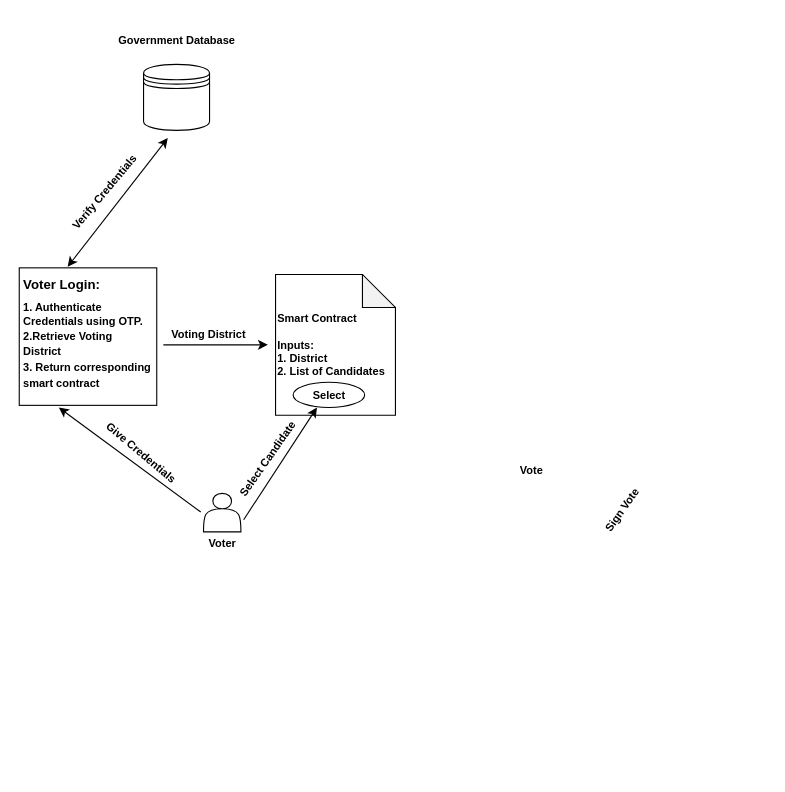
ranjulbn20/Diagrams keeps this draw.io diagram as E_Voting.drawio. Above is the earlier version. Source tidied: cells renumbered, new cells numbered last; positions are measured from the earlier drawing's top-left corner, leaving out a move shared by most shapes. Both pictures are drawn from the tidied source at 110%, with x=0, y=0 at pixel (19, 23).
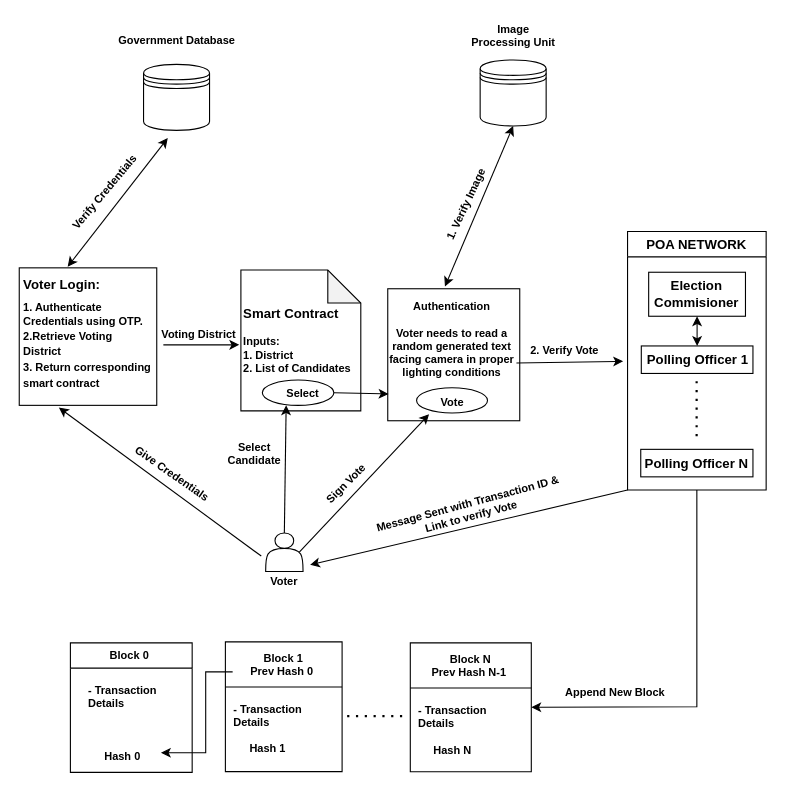
The same diagram, later.

Change to the diagram source:
```diff
@@
     <mxCell id="8" style="shape=actor;whiteSpace=wrap;html=1;fontSize=10;" parent="1" vertex="1">
-      <mxGeometry x="167.5" y="427" width="34" height="35" as="geometry" />
+      <mxGeometry x="224" y="463" width="34" height="35" as="geometry" />
     </mxCell>
     <mxCell id="9" style="endArrow=classic;html=1;rounded=0;fontSize=10;" parent="1" edge="1">
       <mxGeometry relative="1" as="geometry">
-        <mxPoint x="165" y="444" as="sourcePoint" />
+        <mxPoint x="220" y="484" as="sourcePoint" />
         <mxPoint x="36" y="349" as="targetPoint" />
       </mxGeometry>
     </mxCell>
-    <mxCell id="10" value="&lt;b&gt;Give Credentials&lt;/b&gt;" style="text;html=1;strokeColor=none;fillColor=none;align=center;verticalAlign=middle;whiteSpace=wrap;rounded=0;fontSize=10;rotation=40;" parent="1" vertex="1">
-      <mxGeometry x="68" y="375" width="87" height="30" as="geometry" />
+    <mxCell id="10" value="&lt;b&gt;Give Credentials&lt;/b&gt;" style="text;html=1;strokeColor=none;fillColor=none;align=center;verticalAlign=middle;whiteSpace=wrap;rounded=0;fontSize=10;rotation=35;" parent="1" vertex="1">
+      <mxGeometry x="96" y="394" width="87" height="30" as="geometry" />
     </mxCell>
-    <mxCell id="11" value="&lt;span&gt;Smart Contract&lt;/span&gt;&lt;br style=&quot;&quot;&gt;&lt;br style=&quot;&quot;&gt;Inputs:&lt;br style=&quot;&quot;&gt;1. District&lt;br style=&quot;&quot;&gt;2. List of Candidates" style="shape=note;whiteSpace=wrap;html=1;backgroundOutline=1;darkOpacity=0.05;align=left;fontSize=10;fontStyle=1;" parent="1" vertex="1">
-      <mxGeometry x="233" y="228" width="109" height="128" as="geometry" />
+    <mxCell id="11" value="&lt;span&gt;&lt;font style=&quot;font-size: 12px;&quot;&gt;Smart Contract&lt;/font&gt;&lt;/span&gt;&lt;br style=&quot;&quot;&gt;&lt;br style=&quot;&quot;&gt;Inputs:&lt;br style=&quot;&quot;&gt;1. District&lt;br style=&quot;&quot;&gt;2. List of Candidates" style="shape=note;whiteSpace=wrap;html=1;backgroundOutline=1;darkOpacity=0.05;align=left;fontSize=10;fontStyle=1;" parent="1" vertex="1">
+      <mxGeometry x="201.5" y="224" width="109" height="128" as="geometry" />
     </mxCell>
     <mxCell id="12" style="endArrow=classic;html=1;rounded=0;fontSize=10;" parent="1" edge="1">
       <mxGeometry relative="1" as="geometry">
         <mxPoint x="131" y="292" as="sourcePoint" />
-        <mxPoint x="226" y="292" as="targetPoint" />
+        <mxPoint x="200" y="292" as="targetPoint" />
       </mxGeometry>
     </mxCell>
     <mxCell id="13" value="&lt;b&gt;Voting District&lt;/b&gt;" style="text;html=1;strokeColor=none;fillColor=none;align=center;verticalAlign=middle;whiteSpace=wrap;rounded=0;fontSize=10;" parent="1" vertex="1">
-      <mxGeometry x="137" y="263" width="71" height="38" as="geometry" />
+      <mxGeometry x="128" y="263" width="71" height="38" as="geometry" />
     </mxCell>
     <mxCell id="14" value="&lt;b&gt;Voter&lt;/b&gt;" style="text;html=1;strokeColor=none;fillColor=none;align=center;verticalAlign=middle;whiteSpace=wrap;rounded=0;fontSize=10;" parent="1" vertex="1">
-      <mxGeometry x="154.5" y="457" width="60" height="30" as="geometry" />
+      <mxGeometry x="211" y="492" width="60" height="30" as="geometry" />
     </mxCell>
     <mxCell id="15" style="ellipse;whiteSpace=wrap;html=1;fontSize=10;" parent="1" vertex="1">
-      <mxGeometry x="249" y="326" width="65" height="23" as="geometry" />
+      <mxGeometry x="221" y="324" width="65" height="23" as="geometry" />
     </mxCell>
-    <mxCell id="16" value="&lt;b&gt;Vote&lt;/b&gt;" style="text;html=1;strokeColor=none;fillColor=none;align=center;verticalAlign=middle;whiteSpace=wrap;rounded=0;fontSize=10;" parent="1" vertex="1">
-      <mxGeometry x="454" y="400" width="24" height="11" as="geometry" />
-    </mxCell>
-    <mxCell id="17" style="endArrow=classic;html=1;rounded=0;fontSize=10;entryX=0.333;entryY=1;entryDx=0;entryDy=0;entryPerimeter=0;" parent="1" edge="1" target="15">
-      <mxGeometry relative="1" as="geometry">
-        <mxPoint x="204" y="451" as="sourcePoint" />
-      </mxGeometry>
+    <mxCell id="17" style="endArrow=classic;html=1;rounded=0;fontSize=10;entryX=0.333;entryY=1;entryDx=0;entryDy=0;entryPerimeter=0;exitX=0.5;exitY=0;exitDx=0;exitDy=0;" parent="1" edge="1" source="8" target="15">
+      <mxGeometry relative="1" as="geometry" />
     </mxCell>
-    <mxCell id="18" value="Sign Vote" style="text;html=1;strokeColor=none;fillColor=none;align=center;verticalAlign=middle;whiteSpace=wrap;rounded=0;fontSize=10;fontStyle=1;rotation=-55;" parent="1" vertex="1">
-      <mxGeometry x="518" y="427" width="60" height="30" as="geometry" />
+    <mxCell id="18" value="Sign Vote" style="text;html=1;strokeColor=none;fillColor=none;align=center;verticalAlign=middle;whiteSpace=wrap;rounded=0;fontSize=10;fontStyle=1;rotation=-45;" parent="1" vertex="1">
+      <mxGeometry x="267" y="403" width="60" height="30" as="geometry" />
     </mxCell>
     <mxCell id="19" value="&lt;b&gt;Select&lt;/b&gt;" style="text;html=1;strokeColor=none;fillColor=none;align=center;verticalAlign=middle;whiteSpace=wrap;rounded=0;fontSize=10;" parent="1" vertex="1">
-      <mxGeometry x="269.5" y="332" width="24" height="11" as="geometry" />
+      <mxGeometry x="245.5" y="330" width="24" height="11" as="geometry" />
     </mxCell>
-    <mxCell id="20" value="Select Candidate" style="text;html=1;strokeColor=none;fillColor=none;align=center;verticalAlign=middle;whiteSpace=wrap;rounded=0;fontSize=10;fontStyle=1;rotation=-55;" parent="1" vertex="1">
-      <mxGeometry x="181.5" y="381" width="88" height="30" as="geometry" />
+    <mxCell id="20" value="Select Candidate" style="text;html=1;strokeColor=none;fillColor=none;align=center;verticalAlign=middle;whiteSpace=wrap;rounded=0;fontSize=10;fontStyle=1;rotation=0;" parent="1" vertex="1">
+      <mxGeometry x="182" y="379" width="63.5" height="24" as="geometry" />
     </mxCell>
+    <mxCell id="21" style="whiteSpace=wrap;html=1;fontSize=10;" parent="1" vertex="1">
+      <mxGeometry x="335" y="241" width="120" height="120" as="geometry" />
+    </mxCell>
+    <mxCell id="22" style="endArrow=classic;html=1;rounded=0;fontSize=10;exitX=1;exitY=0.5;exitDx=0;exitDy=0;entryX=0.006;entryY=0.797;entryDx=0;entryDy=0;entryPerimeter=0;" parent="1" edge="1" source="15" target="21">
+      <mxGeometry relative="1" as="geometry" />
+    </mxCell>
+    <mxCell id="23" value="&lt;b style=&quot;&quot;&gt;&lt;font style=&quot;font-size: 10px;&quot;&gt;Authentication&lt;br&gt;&lt;/font&gt;&lt;br&gt;Voter needs to read a random generated text facing camera in proper lighting conditions&lt;/b&gt;" style="text;html=1;strokeColor=none;fillColor=none;align=center;verticalAlign=middle;whiteSpace=wrap;rounded=0;fontSize=10;" parent="1" vertex="1">
+      <mxGeometry x="335" y="242.5" width="117" height="88" as="geometry" />
+    </mxCell>
+    <mxCell id="24" style="ellipse;whiteSpace=wrap;html=1;fontSize=10;" parent="1" vertex="1">
+      <mxGeometry x="361.2" y="331" width="64.5" height="23" as="geometry" />
+    </mxCell>
+    <mxCell id="16" value="&lt;b&gt;Vote&lt;/b&gt;" style="text;html=1;strokeColor=none;fillColor=none;align=center;verticalAlign=middle;whiteSpace=wrap;rounded=0;fontSize=10;" parent="1" vertex="1">
+      <mxGeometry x="381.5" y="338" width="24" height="11" as="geometry" />
+    </mxCell>
+    <mxCell id="25" style="endArrow=classic;html=1;rounded=0;fontSize=10;entryX=0.313;entryY=0.95;entryDx=0;entryDy=0;entryPerimeter=0;exitX=0.9;exitY=0.5;exitDx=0;exitDy=0;exitPerimeter=0;" parent="1" edge="1" source="8" target="21">
+      <mxGeometry relative="1" as="geometry" />
+    </mxCell>
+    <mxCell id="26" style="shape=datastore;whiteSpace=wrap;html=1;fontSize=10;" parent="1" vertex="1">
+      <mxGeometry x="419" y="33" width="60" height="60" as="geometry" />
+    </mxCell>
+    <mxCell id="27" style="endArrow=classic;startArrow=classic;html=1;rounded=0;fontSize=10;entryX=0.5;entryY=1;entryDx=0;entryDy=0;" parent="1" edge="1" target="26">
+      <mxGeometry relative="1" as="geometry">
+        <mxPoint x="387" y="239" as="sourcePoint" />
+      </mxGeometry>
+    </mxCell>
+    <mxCell id="28" value="&lt;b&gt;Image Processing Unit&lt;/b&gt;" style="text;html=1;strokeColor=none;fillColor=none;align=center;verticalAlign=middle;whiteSpace=wrap;rounded=0;fontSize=10;" parent="1" vertex="1">
+      <mxGeometry x="409.5" y="-4" width="79" height="30" as="geometry" />
+    </mxCell>
+    <mxCell id="29" value="&lt;b&gt;1. Verify Image&lt;/b&gt;" style="text;html=1;strokeColor=none;fillColor=none;align=center;verticalAlign=middle;whiteSpace=wrap;rounded=0;fontSize=10;rotation=-65;" parent="1" vertex="1">
+      <mxGeometry x="366" y="149" width="80" height="30" as="geometry" />
+    </mxCell>
+    <mxCell id="30" value="POA NETWORK" style="swimlane;fontSize=12;" parent="1" vertex="1">
+      <mxGeometry x="553" y="189" width="126" height="235" as="geometry" />
+    </mxCell>
+    <mxCell id="31" value="&lt;b&gt;Election Commisioner&lt;/b&gt;" style="rounded=0;whiteSpace=wrap;html=1;fontSize=12;" parent="30" vertex="1">
+      <mxGeometry x="19.2" y="37" width="88" height="40" as="geometry" />
+    </mxCell>
+    <mxCell id="32" value="&lt;b&gt;Polling Officer 1&lt;/b&gt;" style="rounded=0;whiteSpace=wrap;html=1;fontSize=12;" parent="30" vertex="1">
+      <mxGeometry x="12.5" y="104" width="101.5" height="25" as="geometry" />
+    </mxCell>
+    <mxCell id="33" value="&lt;b&gt;Polling Officer N&lt;/b&gt;" style="rounded=0;whiteSpace=wrap;html=1;fontSize=12;" parent="30" vertex="1">
+      <mxGeometry x="12" y="198" width="102" height="25" as="geometry" />
+    </mxCell>
+    <mxCell id="34" style="endArrow=none;dashed=1;html=1;dashPattern=1 3;strokeWidth=2;rounded=0;fontSize=12;" parent="30" edge="1">
+      <mxGeometry relative="1" as="geometry">
+        <mxPoint x="62.8" y="186" as="sourcePoint" />
+        <mxPoint x="62.8" y="133" as="targetPoint" />
+      </mxGeometry>
+    </mxCell>
+    <mxCell id="35" style="endArrow=classic;startArrow=classic;html=1;rounded=0;fontSize=12;entryX=0.5;entryY=1;entryDx=0;entryDy=0;exitX=0.5;exitY=0;exitDx=0;exitDy=0;" parent="30" edge="1" source="32" target="31">
+      <mxGeometry relative="1" as="geometry" />
+    </mxCell>
+    <mxCell id="36" style="endArrow=classic;html=1;rounded=0;fontSize=10;exitX=1;exitY=0.75;exitDx=0;exitDy=0;" parent="1" edge="1" source="23">
+      <mxGeometry relative="1" as="geometry">
+        <mxPoint x="549" y="307" as="targetPoint" />
+      </mxGeometry>
+    </mxCell>
+    <mxCell id="37" value="&lt;b&gt;2. Verify Vote&lt;/b&gt;" style="text;html=1;strokeColor=none;fillColor=none;align=center;verticalAlign=middle;whiteSpace=wrap;rounded=0;fontSize=10;" parent="1" vertex="1">
+      <mxGeometry x="460" y="282" width="72" height="30" as="geometry" />
+    </mxCell>
+    <mxCell id="38" style="endArrow=classic;html=1;rounded=0;fontSize=10;exitX=0;exitY=1;exitDx=0;exitDy=0;entryX=0.889;entryY=0;entryDx=0;entryDy=0;entryPerimeter=0;" parent="1" edge="1" source="30" target="14">
+      <mxGeometry relative="1" as="geometry" />
+    </mxCell>
+    <mxCell id="39" value="&lt;b&gt;Message Sent with Transaction ID &amp;amp; Link to verify Vote&lt;/b&gt;" style="text;html=1;strokeColor=none;fillColor=none;align=center;verticalAlign=middle;whiteSpace=wrap;rounded=0;fontSize=10;rotation=-15;" parent="1" vertex="1">
+      <mxGeometry x="319" y="427" width="181" height="30" as="geometry" />
+    </mxCell>
+    <mxCell id="40" style="group;" parent="1" vertex="1">
+      <mxGeometry x="46.5" y="562" width="419" height="118.6" as="geometry" />
+    </mxCell>
+    <mxCell id="41" value="Block 0 " style="swimlane;fontSize=10;startSize=23;fontStyle=1;" parent="40" vertex="1">
+      <mxGeometry y="0.9" width="110.7" height="117.8" as="geometry" />
+    </mxCell>
+    <mxCell id="42" value="Block 1&#10;Prev Hash 0 " style="swimlane;fontSize=10;startSize=41;fontStyle=1;" parent="40" vertex="1">
+      <mxGeometry x="140.9" width="106.1" height="118" as="geometry" />
+    </mxCell>
+    <mxCell id="43" style="endArrow=classic;html=1;rounded=0;fontSize=10;fontStyle=1;" parent="40" edge="1">
+      <mxGeometry relative="1" as="geometry">
+        <mxPoint x="147.5" y="27.3" as="sourcePoint" />
+        <mxPoint x="82.3" y="100.8" as="targetPoint" />
+        <Array as="points">
+          <mxPoint x="123" y="27.3" />
+          <mxPoint x="123" y="53.8" />
+          <mxPoint x="123" y="100.8" />
+        </Array>
+      </mxGeometry>
+    </mxCell>
+    <mxCell id="44" value="Block N&#10;Prev Hash N-1 " style="swimlane;fontSize=10;startSize=41;fontStyle=1;" parent="40" vertex="1">
+      <mxGeometry x="309" y="0.9" width="110" height="117.2" as="geometry" />
+    </mxCell>
+    <mxCell id="45" style="endArrow=none;dashed=1;html=1;dashPattern=1 3;strokeWidth=2;rounded=0;fontSize=10;fontStyle=1;" parent="40" edge="1">
+      <mxGeometry relative="1" as="geometry">
+        <mxPoint x="251.6" y="67.5" as="sourcePoint" />
+        <mxPoint x="304.6" y="67.5" as="targetPoint" />
+      </mxGeometry>
+    </mxCell>
+    <mxCell id="46" value="- Transaction &lt;br style=&quot;font-size: 10px;&quot;&gt;Details&lt;br style=&quot;font-size: 10px;&quot;&gt;&lt;br style=&quot;font-size: 10px;&quot;&gt;&lt;br style=&quot;font-size: 10px;&quot;&gt;&lt;br style=&quot;font-size: 10px;&quot;&gt;&lt;div style=&quot;text-align: center; font-size: 10px;&quot;&gt;&lt;span style=&quot;font-size: 10px;&quot;&gt;Hash 0&lt;/span&gt;&lt;/div&gt;" style="text;html=1;align=left;verticalAlign=middle;strokeColor=none;fillColor=none;fontSize=10;fontStyle=1;" parent="40" vertex="1">
+      <mxGeometry x="14.2" y="31.6" width="80" height="84" as="geometry" />
+    </mxCell>
+    <mxCell id="47" value="- Transaction &lt;br style=&quot;font-size: 10px;&quot;&gt;Details&lt;br style=&quot;font-size: 10px;&quot;&gt;&lt;br style=&quot;font-size: 10px;&quot;&gt;&lt;div style=&quot;text-align: center; font-size: 10px;&quot;&gt;&lt;span style=&quot;font-size: 10px;&quot;&gt;Hash 1&lt;/span&gt;&lt;/div&gt;" style="text;html=1;align=left;verticalAlign=middle;strokeColor=none;fillColor=none;fontSize=10;fontStyle=1;" parent="40" vertex="1">
+      <mxGeometry x="146.1" y="48.8" width="80" height="60" as="geometry" />
+    </mxCell>
+    <mxCell id="48" value="- Transaction &lt;br style=&quot;font-size: 10px;&quot;&gt;Details&lt;br style=&quot;font-size: 10px;&quot;&gt;&lt;br style=&quot;font-size: 10px;&quot;&gt;&lt;div style=&quot;text-align: center; font-size: 10px;&quot;&gt;&lt;span style=&quot;font-size: 10px;&quot;&gt;Hash N&lt;/span&gt;&lt;/div&gt;" style="text;html=1;align=left;verticalAlign=middle;strokeColor=none;fillColor=none;fontSize=10;fontStyle=1;" parent="40" vertex="1">
+      <mxGeometry x="314.2" y="49.7" width="80" height="60" as="geometry" />
+    </mxCell>
+    <mxCell id="49" style="endArrow=classic;html=1;rounded=0;fontSize=10;exitX=0.5;exitY=1;exitDx=0;exitDy=0;entryX=1;entryY=0.5;entryDx=0;entryDy=0;" parent="1" edge="1" source="30" target="44">
+      <mxGeometry relative="1" as="geometry">
+        <Array as="points">
+          <mxPoint x="616" y="621" />
+        </Array>
+      </mxGeometry>
+    </mxCell>
+    <mxCell id="50" value="&lt;b&gt;Append New Block&lt;/b&gt;" style="text;html=1;strokeColor=none;fillColor=none;align=center;verticalAlign=middle;whiteSpace=wrap;rounded=0;fontSize=10;" parent="1" vertex="1">
+      <mxGeometry x="495" y="593" width="94" height="30" as="geometry" />
+    </mxCell>
```
